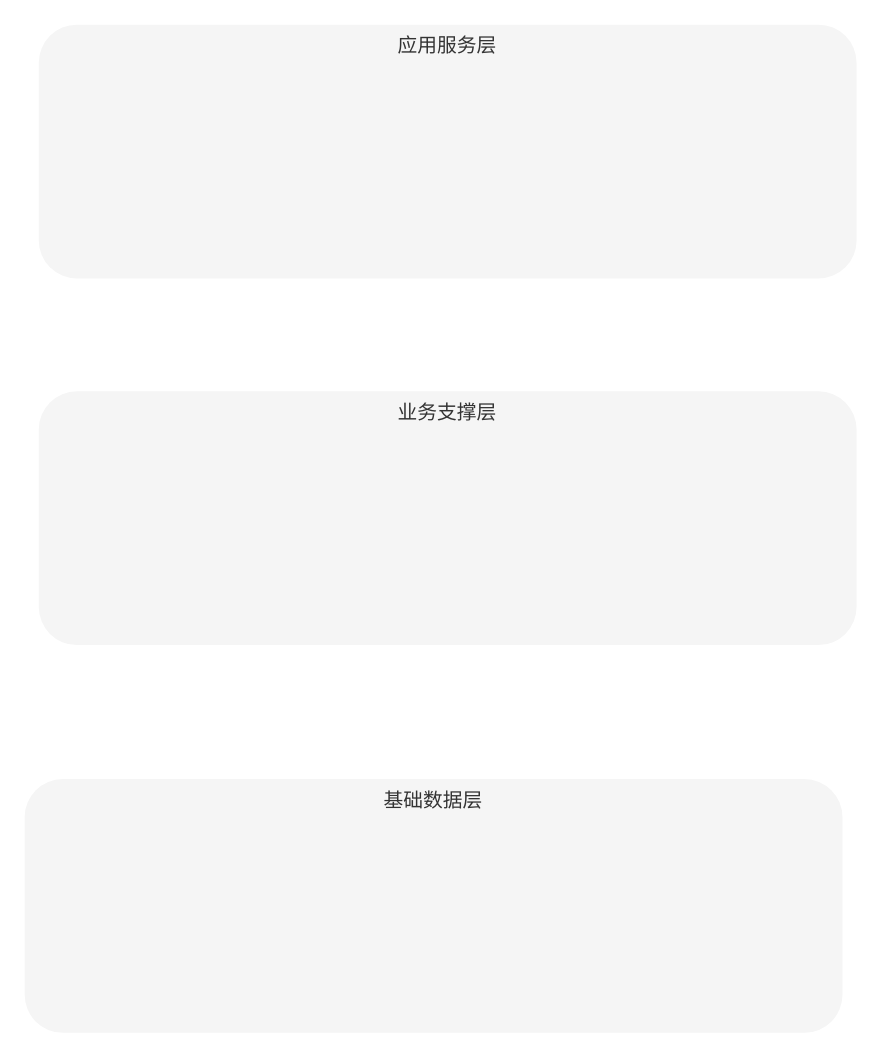
This is 呼伦贝尔图书馆文献知识库.drawio from z-cloud-z/draw, a draw.io file, before an edit. Source tidied: cells renumbered, new cells numbered last; positions are measured from the earlier drawing's top-left corner, leaving out a move shared by most shapes. Both pictures are drawn from the tidied source at 141%, with x=0, y=0 at pixel (24, 24).
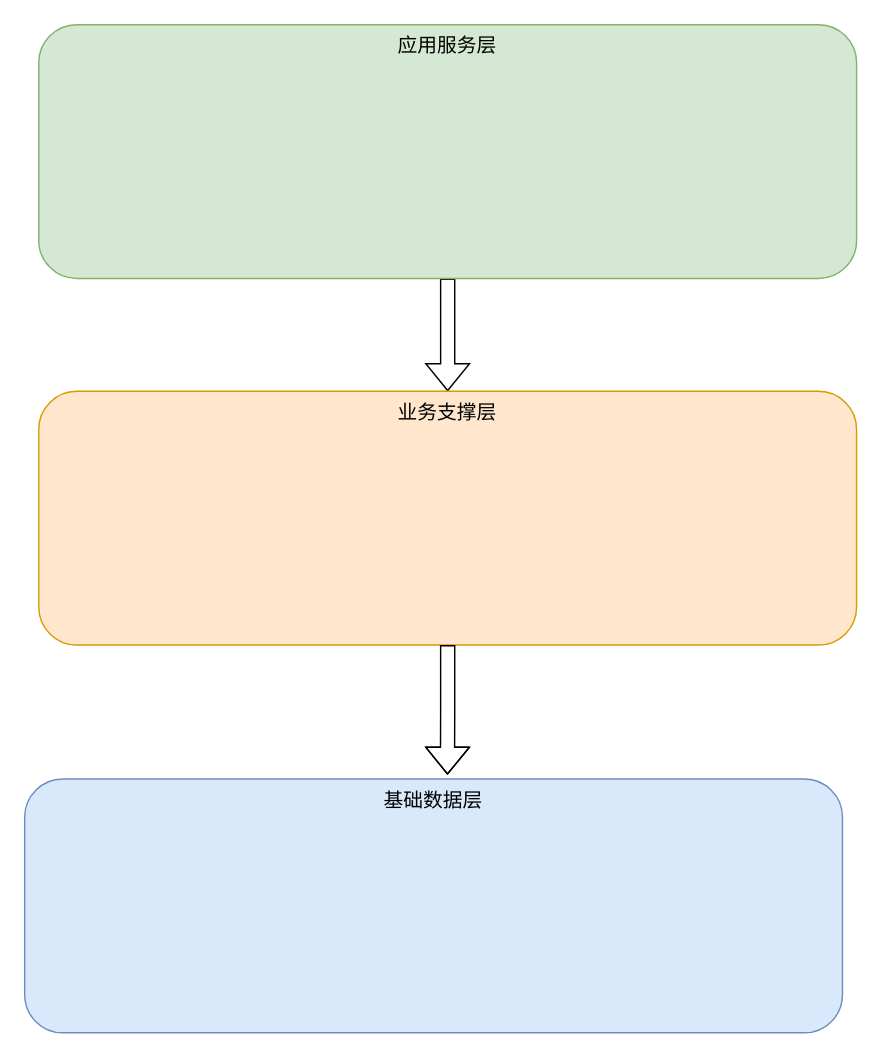
The same diagram, later.

Commit message (it also covers changes not shown here):
更新呼伦贝尔图书馆文献知识库.drawio

The edit, as a diff of the source:
```diff
@@
 <mxGraphModel>
   <root>
     <mxCell id="0" />
     <mxCell id="1" parent="0" />
+    <mxCell id="5" style="edgeStyle=orthogonalEdgeStyle;rounded=0;jettySize=auto;html=1;shape=flexArrow;" parent="1" edge="1" source="2" target="3">
+      <mxGeometry relative="1" as="geometry" />
+    </mxCell>
-    <mxCell id="2" value="&lt;font style=&quot;font-size: 14px;&quot;&gt;应用服务层&lt;/font&gt;" style="rounded=1;whiteSpace=wrap;html=1;fillColor=#f5f5f5;fontColor=#333333;strokeColor=none;verticalAlign=top;" parent="1" vertex="1">
+    <mxCell id="2" value="&lt;font style=&quot;font-size: 14px;&quot;&gt;应用服务层&lt;/font&gt;" style="rounded=1;whiteSpace=wrap;html=1;fillColor=#d5e8d4;strokeColor=#82b366;verticalAlign=top;" parent="1" vertex="1">
       <mxGeometry x="10" width="580" height="180" as="geometry" />
     </mxCell>
-    <mxCell id="3" value="&lt;span style=&quot;font-size: 14px;&quot;&gt;业务支撑层&lt;/span&gt;" style="rounded=1;whiteSpace=wrap;html=1;fillColor=#f5f5f5;fontColor=#333333;strokeColor=none;verticalAlign=top;" parent="1" vertex="1">
+    <mxCell id="3" value="&lt;span style=&quot;font-size: 14px;&quot;&gt;业务支撑层&lt;/span&gt;" style="rounded=1;whiteSpace=wrap;html=1;fillColor=#ffe6cc;strokeColor=#d79b00;verticalAlign=top;" parent="1" vertex="1">
       <mxGeometry x="10" y="260" width="580" height="180" as="geometry" />
     </mxCell>
-    <mxCell id="4" value="&lt;span style=&quot;font-size: 14px;&quot;&gt;基础数据层&lt;/span&gt;" style="rounded=1;whiteSpace=wrap;html=1;fillColor=#f5f5f5;fontColor=#333333;strokeColor=none;verticalAlign=top;" parent="1" vertex="1">
+    <mxCell id="4" value="&lt;span style=&quot;font-size: 14px;&quot;&gt;基础数据层&lt;/span&gt;" style="rounded=1;whiteSpace=wrap;html=1;fillColor=#dae8fc;strokeColor=#6c8ebf;verticalAlign=top;" parent="1" vertex="1">
       <mxGeometry y="535" width="580" height="180" as="geometry" />
     </mxCell>
+    <mxCell id="6" style="edgeStyle=orthogonalEdgeStyle;rounded=0;jettySize=auto;html=1;entryX=0.517;entryY=-0.017;entryDx=0;entryDy=0;entryPerimeter=0;shape=flexArrow;" parent="1" edge="1" source="3" target="4">
+      <mxGeometry relative="1" as="geometry" />
+    </mxCell>
   </root>
 </mxGraphModel>
```
